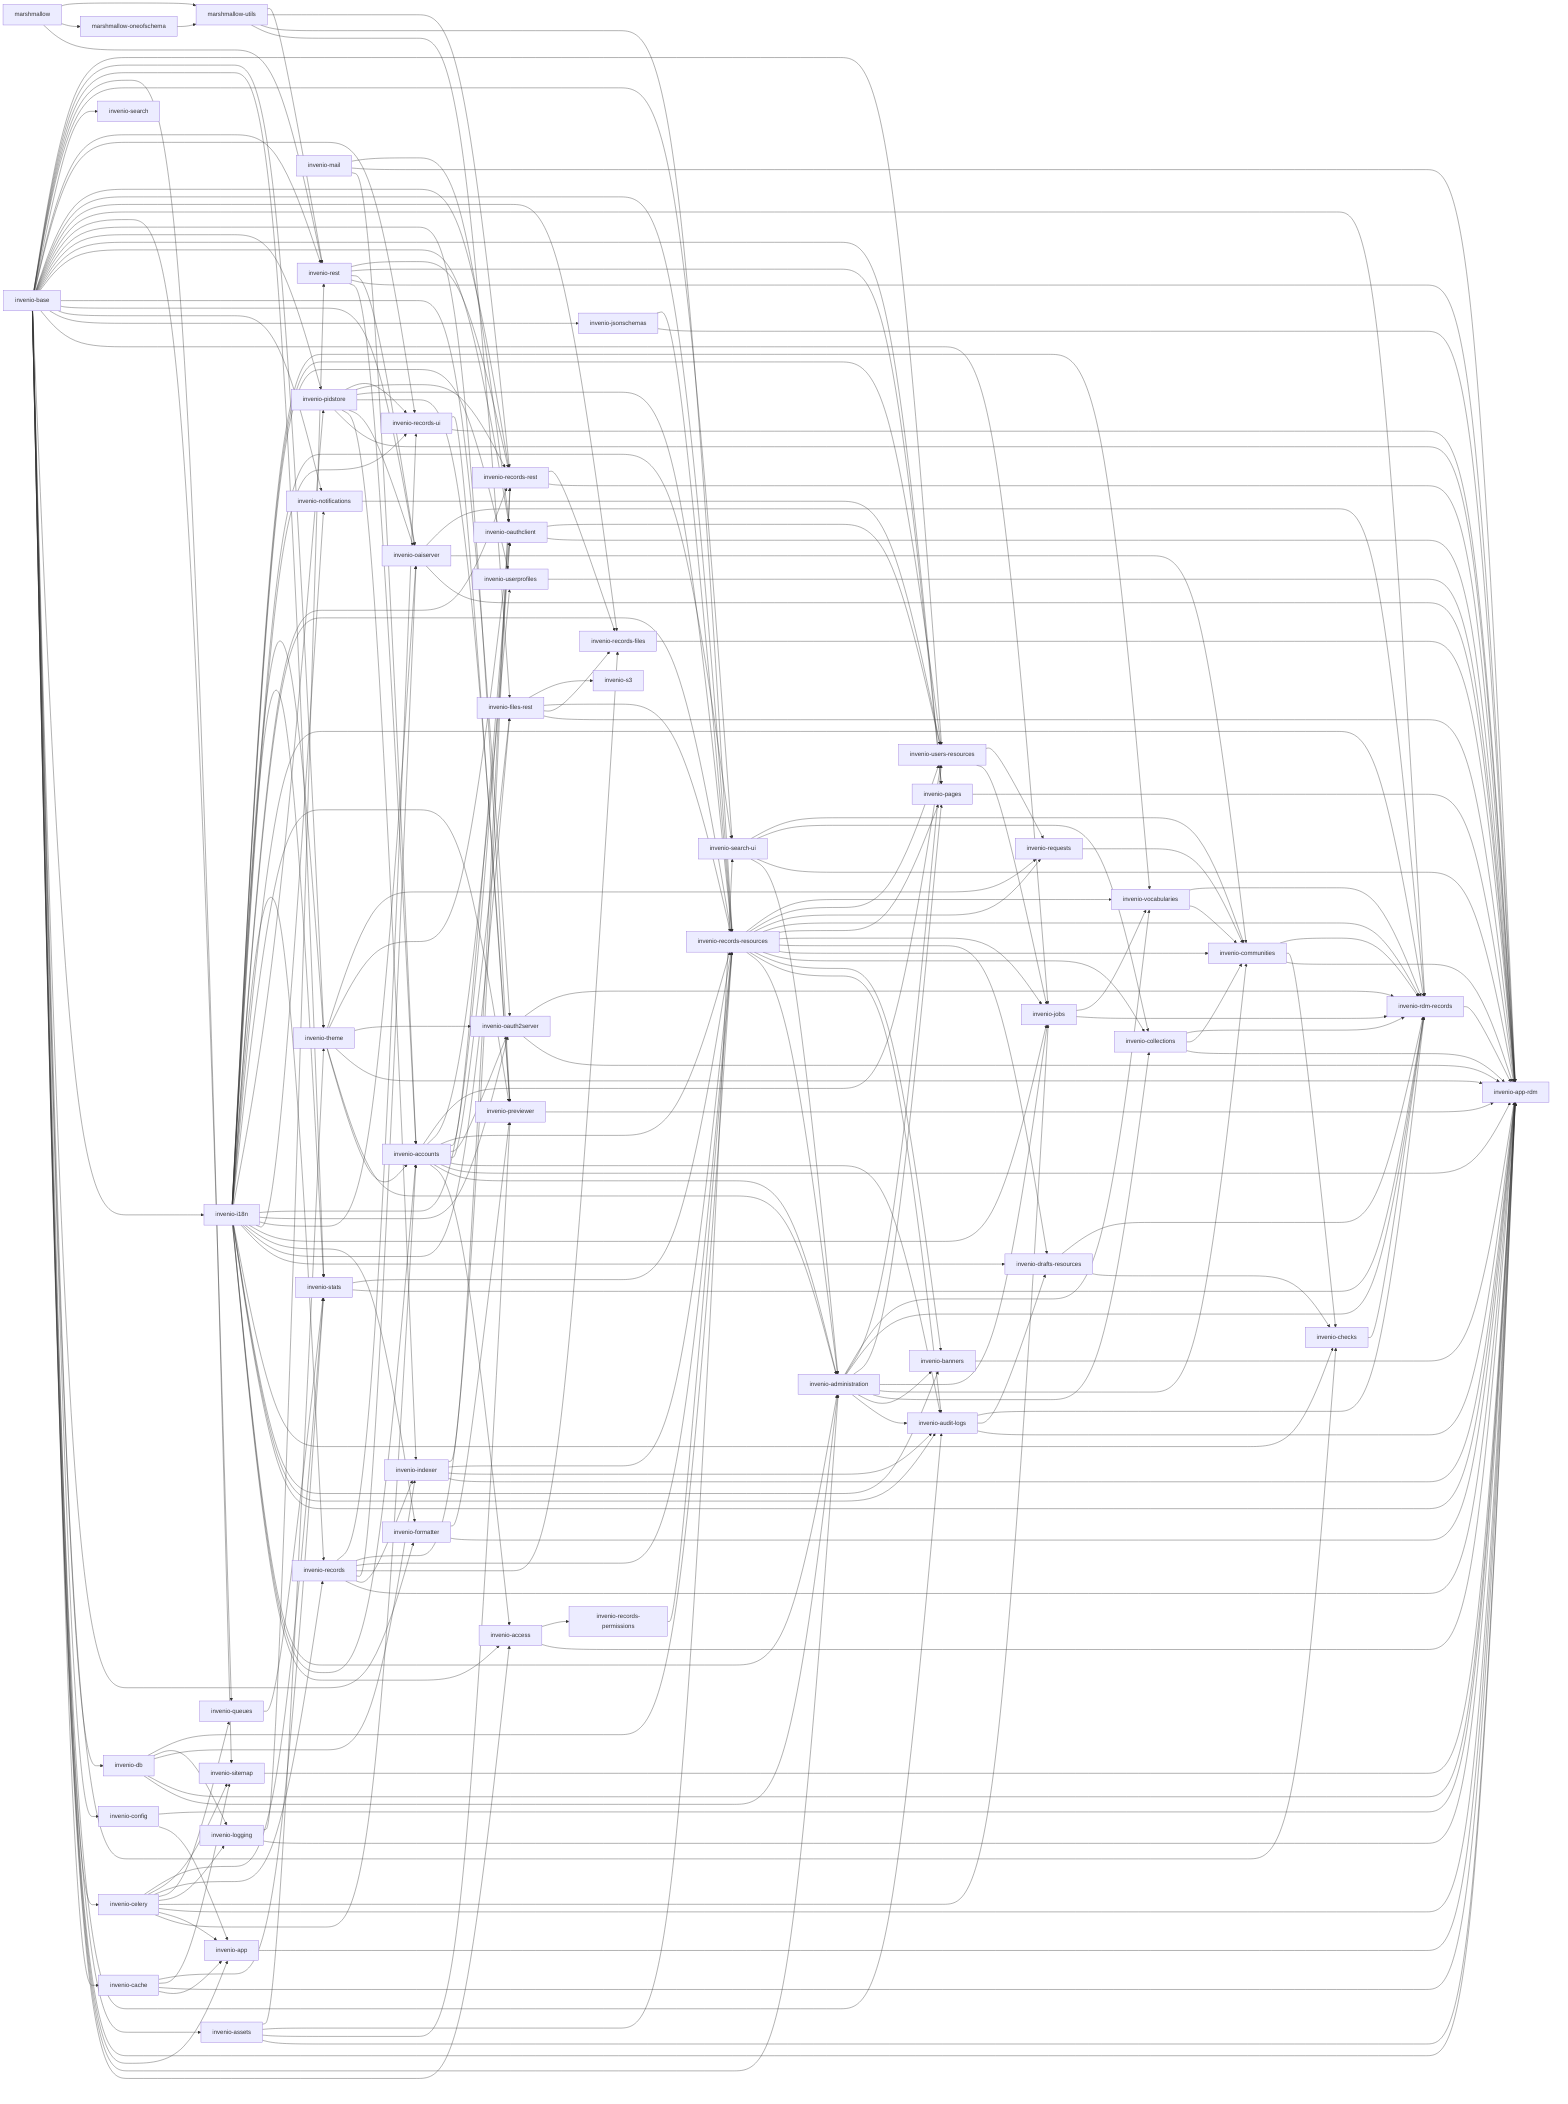
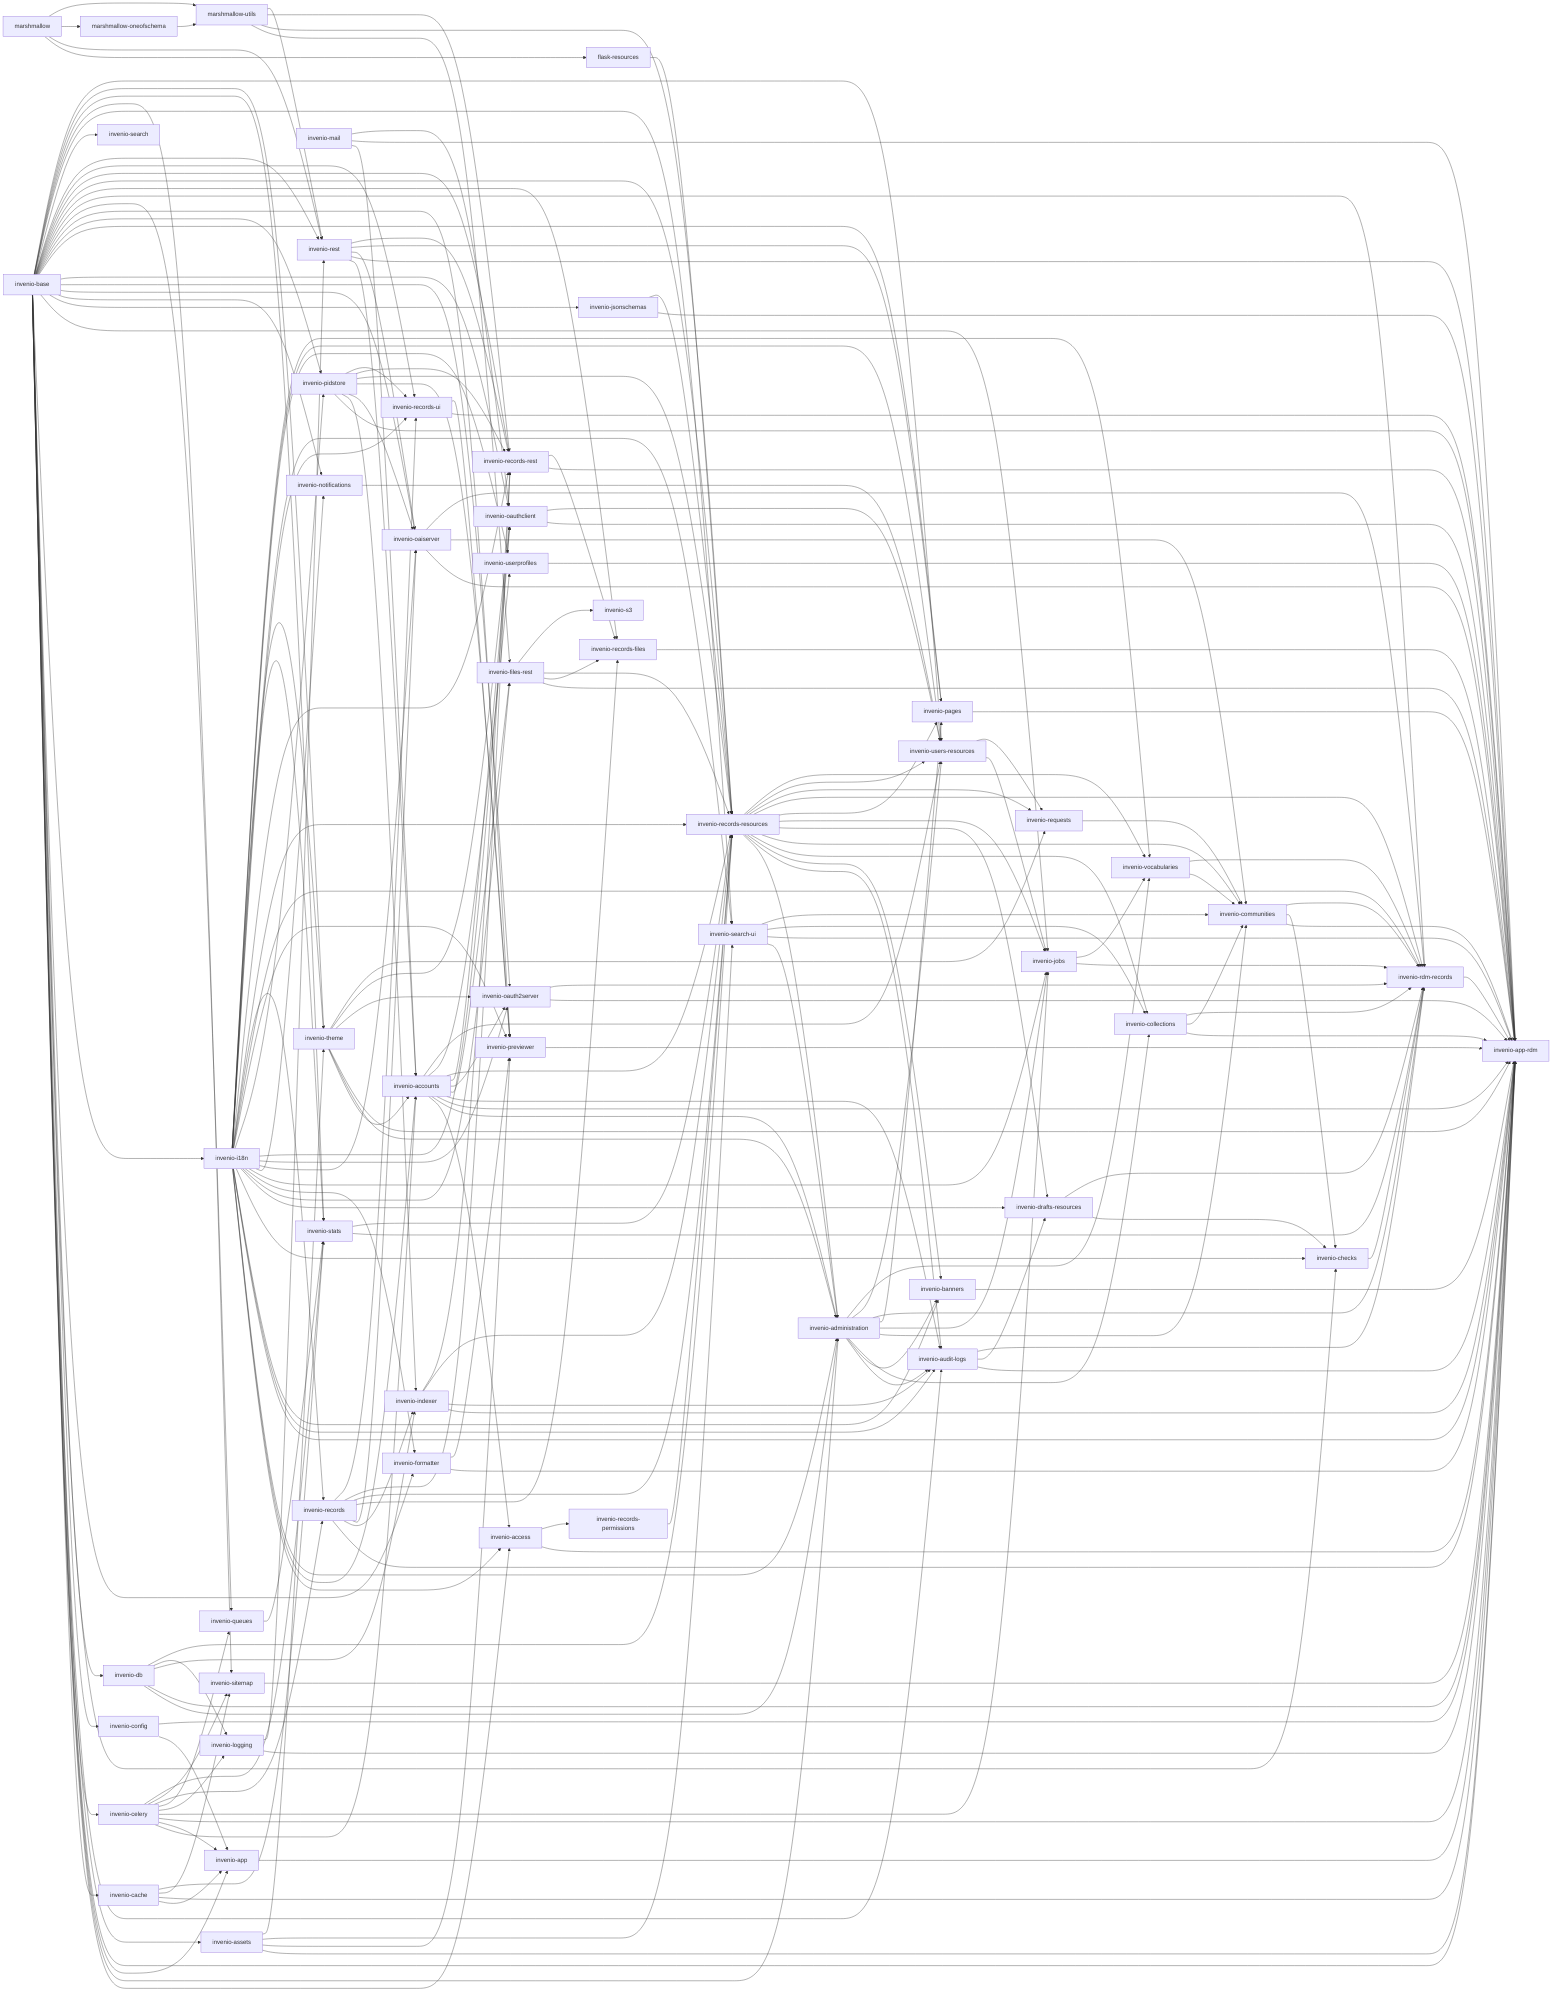
flowchart LR
+   flask_resources["flask-resources"] --> invenio_records_resources["invenio-records-resources"]
  invenio_access["invenio-access"] --> invenio_app_rdm["invenio-app-rdm"]
  invenio_access["invenio-access"] --> invenio_records_permissions["invenio-records-permissions"]
  invenio_accounts["invenio-accounts"] --> invenio_access["invenio-access"]
  invenio_accounts["invenio-accounts"] --> invenio_administration["invenio-administration"]
  invenio_accounts["invenio-accounts"] --> invenio_app_rdm["invenio-app-rdm"]
  invenio_accounts["invenio-accounts"] --> invenio_audit_logs["invenio-audit-logs"]
  invenio_accounts["invenio-accounts"] --> invenio_files_rest["invenio-files-rest"]
  invenio_accounts["invenio-accounts"] --> invenio_oauth2server["invenio-oauth2server"]
  invenio_accounts["invenio-accounts"] --> invenio_oauthclient["invenio-oauthclient"]
  invenio_accounts["invenio-accounts"] --> invenio_records_resources["invenio-records-resources"]
  invenio_accounts["invenio-accounts"] --> invenio_userprofiles["invenio-userprofiles"]
  invenio_accounts["invenio-accounts"] --> invenio_users_resources["invenio-users-resources"]
  invenio_administration["invenio-administration"] --> invenio_audit_logs["invenio-audit-logs"]
  invenio_administration["invenio-administration"] --> invenio_banners["invenio-banners"]
  invenio_administration["invenio-administration"] --> invenio_collections["invenio-collections"]
  invenio_administration["invenio-administration"] --> invenio_communities["invenio-communities"]
  invenio_administration["invenio-administration"] --> invenio_jobs["invenio-jobs"]
  invenio_administration["invenio-administration"] --> invenio_pages["invenio-pages"]
  invenio_administration["invenio-administration"] --> invenio_rdm_records["invenio-rdm-records"]
  invenio_administration["invenio-administration"] --> invenio_users_resources["invenio-users-resources"]
  invenio_administration["invenio-administration"] --> invenio_vocabularies["invenio-vocabularies"]
  invenio_app["invenio-app"] --> invenio_app_rdm["invenio-app-rdm"]
  invenio_assets["invenio-assets"] --> invenio_app_rdm["invenio-app-rdm"]
  invenio_assets["invenio-assets"] --> invenio_previewer["invenio-previewer"]
  invenio_assets["invenio-assets"] --> invenio_search_ui["invenio-search-ui"]
  invenio_assets["invenio-assets"] --> invenio_theme["invenio-theme"]
  invenio_audit_logs["invenio-audit-logs"] --> invenio_app_rdm["invenio-app-rdm"]
  invenio_audit_logs["invenio-audit-logs"] --> invenio_drafts_resources["invenio-drafts-resources"]
  invenio_audit_logs["invenio-audit-logs"] --> invenio_rdm_records["invenio-rdm-records"]
  invenio_banners["invenio-banners"] --> invenio_app_rdm["invenio-app-rdm"]
  invenio_base["invenio-base"] --> invenio_access["invenio-access"]
  invenio_base["invenio-base"] --> invenio_administration["invenio-administration"]
  invenio_base["invenio-base"] --> invenio_app["invenio-app"]
  invenio_base["invenio-base"] --> invenio_app_rdm["invenio-app-rdm"]
  invenio_base["invenio-base"] --> invenio_assets["invenio-assets"]
  invenio_base["invenio-base"] --> invenio_audit_logs["invenio-audit-logs"]
  invenio_base["invenio-base"] --> invenio_cache["invenio-cache"]
  invenio_base["invenio-base"] --> invenio_celery["invenio-celery"]
  invenio_base["invenio-base"] --> invenio_checks["invenio-checks"]
  invenio_base["invenio-base"] --> invenio_config["invenio-config"]
  invenio_base["invenio-base"] --> invenio_db["invenio-db"]
  invenio_base["invenio-base"] --> invenio_formatter["invenio-formatter"]
  invenio_base["invenio-base"] --> invenio_i18n["invenio-i18n"]
  invenio_base["invenio-base"] --> invenio_jobs["invenio-jobs"]
  invenio_base["invenio-base"] --> invenio_jsonschemas["invenio-jsonschemas"]
  invenio_base["invenio-base"] --> invenio_notifications["invenio-notifications"]
  invenio_base["invenio-base"] --> invenio_oaiserver["invenio-oaiserver"]
  invenio_base["invenio-base"] --> invenio_oauth2server["invenio-oauth2server"]
  invenio_base["invenio-base"] --> invenio_oauthclient["invenio-oauthclient"]
  invenio_base["invenio-base"] --> invenio_pages["invenio-pages"]
  invenio_base["invenio-base"] --> invenio_pidstore["invenio-pidstore"]
  invenio_base["invenio-base"] --> invenio_previewer["invenio-previewer"]
  invenio_base["invenio-base"] --> invenio_queues["invenio-queues"]
  invenio_base["invenio-base"] --> invenio_rdm_records["invenio-rdm-records"]
  invenio_base["invenio-base"] --> invenio_records_files["invenio-records-files"]
  invenio_base["invenio-base"] --> invenio_records_resources["invenio-records-resources"]
  invenio_base["invenio-base"] --> invenio_records_rest["invenio-records-rest"]
  invenio_base["invenio-base"] --> invenio_records_ui["invenio-records-ui"]
  invenio_base["invenio-base"] --> invenio_rest["invenio-rest"]
  invenio_base["invenio-base"] --> invenio_search["invenio-search"]
  invenio_base["invenio-base"] --> invenio_search_ui["invenio-search-ui"]
  invenio_base["invenio-base"] --> invenio_sitemap["invenio-sitemap"]
  invenio_base["invenio-base"] --> invenio_stats["invenio-stats"]
  invenio_base["invenio-base"] --> invenio_theme["invenio-theme"]
  invenio_base["invenio-base"] --> invenio_users_resources["invenio-users-resources"]
  invenio_cache["invenio-cache"] --> invenio_app["invenio-app"]
  invenio_cache["invenio-cache"] --> invenio_app_rdm["invenio-app-rdm"]
  invenio_cache["invenio-cache"] --> invenio_sitemap["invenio-sitemap"]
  invenio_cache["invenio-cache"] --> invenio_stats["invenio-stats"]
  invenio_celery["invenio-celery"] --> invenio_accounts["invenio-accounts"]
  invenio_celery["invenio-celery"] --> invenio_app["invenio-app"]
  invenio_celery["invenio-celery"] --> invenio_app_rdm["invenio-app-rdm"]
  invenio_celery["invenio-celery"] --> invenio_jobs["invenio-jobs"]
  invenio_celery["invenio-celery"] --> invenio_logging["invenio-logging"]
  invenio_celery["invenio-celery"] --> invenio_queues["invenio-queues"]
  invenio_celery["invenio-celery"] --> invenio_records["invenio-records"]
  invenio_celery["invenio-celery"] --> invenio_sitemap["invenio-sitemap"]
  invenio_celery["invenio-celery"] --> invenio_stats["invenio-stats"]
  invenio_checks["invenio-checks"] --> invenio_rdm_records["invenio-rdm-records"]
  invenio_collections["invenio-collections"] --> invenio_app_rdm["invenio-app-rdm"]
  invenio_collections["invenio-collections"] --> invenio_communities["invenio-communities"]
  invenio_collections["invenio-collections"] --> invenio_rdm_records["invenio-rdm-records"]
  invenio_communities["invenio-communities"] --> invenio_app_rdm["invenio-app-rdm"]
  invenio_communities["invenio-communities"] --> invenio_checks["invenio-checks"]
  invenio_communities["invenio-communities"] --> invenio_rdm_records["invenio-rdm-records"]
  invenio_config["invenio-config"] --> invenio_app["invenio-app"]
  invenio_config["invenio-config"] --> invenio_app_rdm["invenio-app-rdm"]
  invenio_db["invenio-db"] --> invenio_administration["invenio-administration"]
  invenio_db["invenio-db"] --> invenio_app_rdm["invenio-app-rdm"]
  invenio_db["invenio-db"] --> invenio_indexer["invenio-indexer"]
  invenio_db["invenio-db"] --> invenio_logging["invenio-logging"]
  invenio_db["invenio-db"] --> invenio_records_resources["invenio-records-resources"]
  invenio_drafts_resources["invenio-drafts-resources"] --> invenio_checks["invenio-checks"]
  invenio_drafts_resources["invenio-drafts-resources"] --> invenio_rdm_records["invenio-rdm-records"]
  invenio_files_rest["invenio-files-rest"] --> invenio_app_rdm["invenio-app-rdm"]
  invenio_files_rest["invenio-files-rest"] --> invenio_records_files["invenio-records-files"]
  invenio_files_rest["invenio-files-rest"] --> invenio_records_resources["invenio-records-resources"]
  invenio_files_rest["invenio-files-rest"] --> invenio_s3["invenio-s3"]
  invenio_formatter["invenio-formatter"] --> invenio_app_rdm["invenio-app-rdm"]
  invenio_formatter["invenio-formatter"] --> invenio_previewer["invenio-previewer"]
  invenio_i18n["invenio-i18n"] --> invenio_access["invenio-access"]
  invenio_i18n["invenio-i18n"] --> invenio_accounts["invenio-accounts"]
  invenio_i18n["invenio-i18n"] --> invenio_administration["invenio-administration"]
  invenio_i18n["invenio-i18n"] --> invenio_app_rdm["invenio-app-rdm"]
  invenio_i18n["invenio-i18n"] --> invenio_audit_logs["invenio-audit-logs"]
  invenio_i18n["invenio-i18n"] --> invenio_banners["invenio-banners"]
  invenio_i18n["invenio-i18n"] --> invenio_checks["invenio-checks"]
  invenio_i18n["invenio-i18n"] --> invenio_drafts_resources["invenio-drafts-resources"]
  invenio_i18n["invenio-i18n"] --> invenio_files_rest["invenio-files-rest"]
  invenio_i18n["invenio-i18n"] --> invenio_formatter["invenio-formatter"]
  invenio_i18n["invenio-i18n"] --> invenio_jobs["invenio-jobs"]
  invenio_i18n["invenio-i18n"] --> invenio_notifications["invenio-notifications"]
  invenio_i18n["invenio-i18n"] --> invenio_oaiserver["invenio-oaiserver"]
  invenio_i18n["invenio-i18n"] --> invenio_oauth2server["invenio-oauth2server"]
  invenio_i18n["invenio-i18n"] --> invenio_oauthclient["invenio-oauthclient"]
  invenio_i18n["invenio-i18n"] --> invenio_pidstore["invenio-pidstore"]
  invenio_i18n["invenio-i18n"] --> invenio_previewer["invenio-previewer"]
  invenio_i18n["invenio-i18n"] --> invenio_rdm_records["invenio-rdm-records"]
  invenio_i18n["invenio-i18n"] --> invenio_records["invenio-records"]
  invenio_i18n["invenio-i18n"] --> invenio_records_resources["invenio-records-resources"]
  invenio_i18n["invenio-i18n"] --> invenio_records_rest["invenio-records-rest"]
  invenio_i18n["invenio-i18n"] --> invenio_records_ui["invenio-records-ui"]
  invenio_i18n["invenio-i18n"] --> invenio_search_ui["invenio-search-ui"]
  invenio_i18n["invenio-i18n"] --> invenio_stats["invenio-stats"]
  invenio_i18n["invenio-i18n"] --> invenio_theme["invenio-theme"]
  invenio_i18n["invenio-i18n"] --> invenio_userprofiles["invenio-userprofiles"]
  invenio_i18n["invenio-i18n"] --> invenio_users_resources["invenio-users-resources"]
  invenio_i18n["invenio-i18n"] --> invenio_vocabularies["invenio-vocabularies"]
  invenio_indexer["invenio-indexer"] --> invenio_app_rdm["invenio-app-rdm"]
  invenio_indexer["invenio-indexer"] --> invenio_audit_logs["invenio-audit-logs"]
  invenio_indexer["invenio-indexer"] --> invenio_records_resources["invenio-records-resources"]
  invenio_indexer["invenio-indexer"] --> invenio_records_rest["invenio-records-rest"]
  invenio_jobs["invenio-jobs"] --> invenio_rdm_records["invenio-rdm-records"]
  invenio_jobs["invenio-jobs"] --> invenio_vocabularies["invenio-vocabularies"]
  invenio_jsonschemas["invenio-jsonschemas"] --> invenio_app_rdm["invenio-app-rdm"]
  invenio_jsonschemas["invenio-jsonschemas"] --> invenio_records_resources["invenio-records-resources"]
  invenio_logging["invenio-logging"] --> invenio_app_rdm["invenio-app-rdm"]
  invenio_logging["invenio-logging"] --> invenio_rest["invenio-rest"]
  invenio_mail["invenio-mail"] --> invenio_accounts["invenio-accounts"]
  invenio_mail["invenio-mail"] --> invenio_app_rdm["invenio-app-rdm"]
  invenio_mail["invenio-mail"] --> invenio_oauthclient["invenio-oauthclient"]
  invenio_notifications["invenio-notifications"] --> invenio_users_resources["invenio-users-resources"]
  invenio_oaiserver["invenio-oaiserver"] --> invenio_app_rdm["invenio-app-rdm"]
  invenio_oaiserver["invenio-oaiserver"] --> invenio_communities["invenio-communities"]
  invenio_oaiserver["invenio-oaiserver"] --> invenio_rdm_records["invenio-rdm-records"]
  invenio_oauth2server["invenio-oauth2server"] --> invenio_app_rdm["invenio-app-rdm"]
  invenio_oauth2server["invenio-oauth2server"] --> invenio_rdm_records["invenio-rdm-records"]
  invenio_oauthclient["invenio-oauthclient"] --> invenio_app_rdm["invenio-app-rdm"]
  invenio_oauthclient["invenio-oauthclient"] --> invenio_users_resources["invenio-users-resources"]
  invenio_pages["invenio-pages"] --> invenio_app_rdm["invenio-app-rdm"]
  invenio_pidstore["invenio-pidstore"] --> invenio_app_rdm["invenio-app-rdm"]
  invenio_pidstore["invenio-pidstore"] --> invenio_indexer["invenio-indexer"]
  invenio_pidstore["invenio-pidstore"] --> invenio_oaiserver["invenio-oaiserver"]
  invenio_pidstore["invenio-pidstore"] --> invenio_previewer["invenio-previewer"]
  invenio_pidstore["invenio-pidstore"] --> invenio_records_resources["invenio-records-resources"]
  invenio_pidstore["invenio-pidstore"] --> invenio_records_rest["invenio-records-rest"]
  invenio_pidstore["invenio-pidstore"] --> invenio_records_ui["invenio-records-ui"]
  invenio_previewer["invenio-previewer"] --> invenio_app_rdm["invenio-app-rdm"]
  invenio_queues["invenio-queues"] --> invenio_stats["invenio-stats"]
  invenio_rdm_records["invenio-rdm-records"] --> invenio_app_rdm["invenio-app-rdm"]
  invenio_records["invenio-records"] --> invenio_app_rdm["invenio-app-rdm"]
  invenio_records["invenio-records"] --> invenio_indexer["invenio-indexer"]
  invenio_records["invenio-records"] --> invenio_oaiserver["invenio-oaiserver"]
  invenio_records["invenio-records"] --> invenio_records_files["invenio-records-files"]
  invenio_records["invenio-records"] --> invenio_records_resources["invenio-records-resources"]
  invenio_records["invenio-records"] --> invenio_records_rest["invenio-records-rest"]
  invenio_records["invenio-records"] --> invenio_records_ui["invenio-records-ui"]
  invenio_records_files["invenio-records-files"] --> invenio_app_rdm["invenio-app-rdm"]
  invenio_records_permissions["invenio-records-permissions"] --> invenio_records_resources["invenio-records-resources"]
  invenio_records_resources["invenio-records-resources"] --> invenio_administration["invenio-administration"]
  invenio_records_resources["invenio-records-resources"] --> invenio_audit_logs["invenio-audit-logs"]
  invenio_records_resources["invenio-records-resources"] --> invenio_banners["invenio-banners"]
  invenio_records_resources["invenio-records-resources"] --> invenio_collections["invenio-collections"]
  invenio_records_resources["invenio-records-resources"] --> invenio_communities["invenio-communities"]
  invenio_records_resources["invenio-records-resources"] --> invenio_drafts_resources["invenio-drafts-resources"]
  invenio_records_resources["invenio-records-resources"] --> invenio_jobs["invenio-jobs"]
  invenio_records_resources["invenio-records-resources"] --> invenio_pages["invenio-pages"]
  invenio_records_resources["invenio-records-resources"] --> invenio_rdm_records["invenio-rdm-records"]
  invenio_records_resources["invenio-records-resources"] --> invenio_requests["invenio-requests"]
  invenio_records_resources["invenio-records-resources"] --> invenio_users_resources["invenio-users-resources"]
  invenio_records_resources["invenio-records-resources"] --> invenio_vocabularies["invenio-vocabularies"]
  invenio_records_rest["invenio-records-rest"] --> invenio_app_rdm["invenio-app-rdm"]
  invenio_records_rest["invenio-records-rest"] --> invenio_records_files["invenio-records-files"]
  invenio_records_ui["invenio-records-ui"] --> invenio_app_rdm["invenio-app-rdm"]
  invenio_records_ui["invenio-records-ui"] --> invenio_previewer["invenio-previewer"]
  invenio_requests["invenio-requests"] --> invenio_communities["invenio-communities"]
  invenio_rest["invenio-rest"] --> invenio_accounts["invenio-accounts"]
  invenio_rest["invenio-rest"] --> invenio_app_rdm["invenio-app-rdm"]
  invenio_rest["invenio-rest"] --> invenio_oaiserver["invenio-oaiserver"]
  invenio_rest["invenio-rest"] --> invenio_pages["invenio-pages"]
  invenio_rest["invenio-rest"] --> invenio_records_rest["invenio-records-rest"]
  invenio_search_ui["invenio-search-ui"] --> invenio_administration["invenio-administration"]
  invenio_search_ui["invenio-search-ui"] --> invenio_app_rdm["invenio-app-rdm"]
  invenio_search_ui["invenio-search-ui"] --> invenio_collections["invenio-collections"]
  invenio_search_ui["invenio-search-ui"] --> invenio_communities["invenio-communities"]
  invenio_sitemap["invenio-sitemap"] --> invenio_app_rdm["invenio-app-rdm"]
  invenio_stats["invenio-stats"] --> invenio_rdm_records["invenio-rdm-records"]
  invenio_stats["invenio-stats"] --> invenio_records_resources["invenio-records-resources"]
  invenio_theme["invenio-theme"] --> invenio_accounts["invenio-accounts"]
  invenio_theme["invenio-theme"] --> invenio_administration["invenio-administration"]
  invenio_theme["invenio-theme"] --> invenio_app_rdm["invenio-app-rdm"]
  invenio_theme["invenio-theme"] --> invenio_oauth2server["invenio-oauth2server"]
  invenio_theme["invenio-theme"] --> invenio_oauthclient["invenio-oauthclient"]
  invenio_theme["invenio-theme"] --> invenio_requests["invenio-requests"]
  invenio_userprofiles["invenio-userprofiles"] --> invenio_app_rdm["invenio-app-rdm"]
  invenio_users_resources["invenio-users-resources"] --> invenio_jobs["invenio-jobs"]
  invenio_users_resources["invenio-users-resources"] --> invenio_requests["invenio-requests"]
  invenio_vocabularies["invenio-vocabularies"] --> invenio_communities["invenio-communities"]
  invenio_vocabularies["invenio-vocabularies"] --> invenio_rdm_records["invenio-rdm-records"]
+   marshmallow["marshmallow"] --> flask_resources["flask-resources"]
  marshmallow["marshmallow"] --> invenio_rest["invenio-rest"]
  marshmallow["marshmallow"] --> marshmallow_oneofschema["marshmallow-oneofschema"]
  marshmallow["marshmallow"] --> marshmallow_utils["marshmallow-utils"]
  marshmallow_oneofschema["marshmallow-oneofschema"] --> marshmallow_utils["marshmallow-utils"]
  marshmallow_utils["marshmallow-utils"] --> invenio_files_rest["invenio-files-rest"]
  marshmallow_utils["marshmallow-utils"] --> invenio_records_resources["invenio-records-resources"]
  marshmallow_utils["marshmallow-utils"] --> invenio_records_rest["invenio-records-rest"]
  marshmallow_utils["marshmallow-utils"] --> invenio_rest["invenio-rest"]
